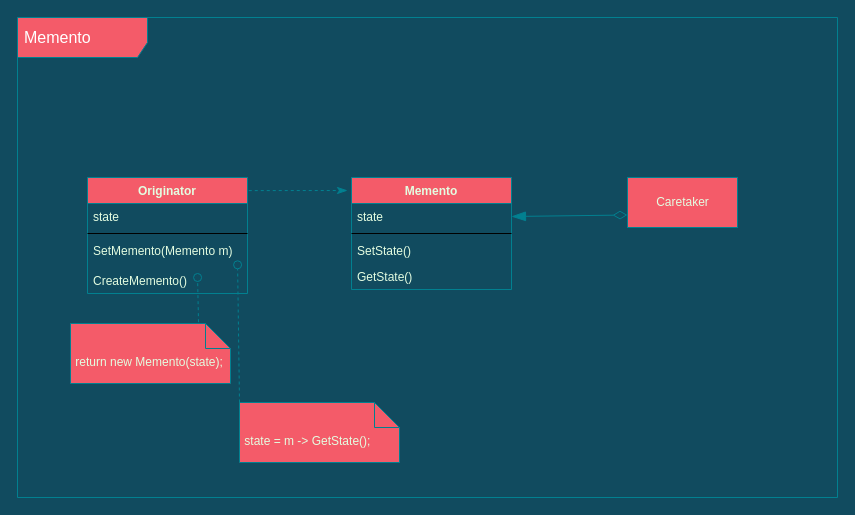
Earlier version of the draw.io diagram rhca.drawio (fanyixuanf/rhca). Source tidied: cells renumbered, new cells numbered last; positions are measured from the earlier drawing's top-left corner, leaving out a move shared by most shapes. Both pictures are drawn from the tidied source at 100%, with x=0, y=0 at pixel (17, 17).
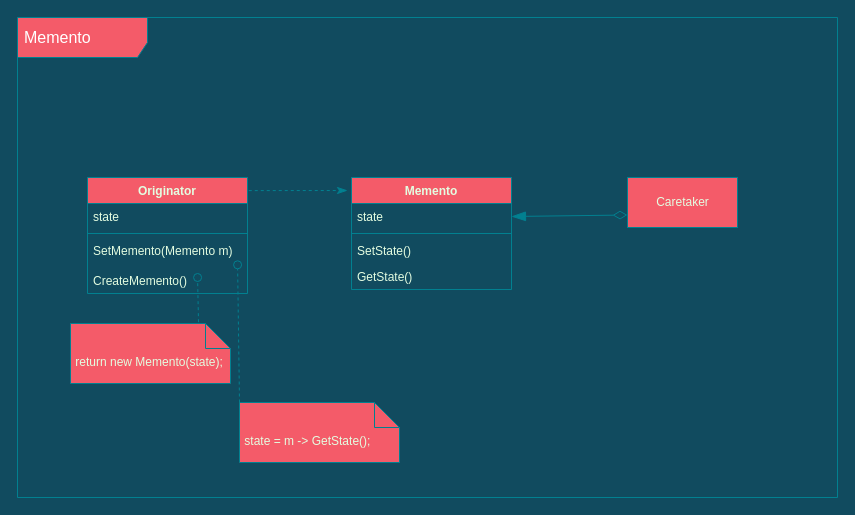
The same diagram, later.

The change refers to these unchanged cells:
```xml
<mxCell id="3" value="Caretaker" style="html=1;rounded=0;sketch=0;fontColor=#E4FDE1;strokeColor=#028090;fillColor=#F45B69;" parent="1" vertex="1">
  <mxGeometry x="610" y="160" width="110" height="50" as="geometry" />
</mxCell>
<mxCell id="4" value="Memento" style="swimlane;fontStyle=1;align=center;verticalAlign=top;horizontal=1;startSize=26;rounded=0;sketch=0;fontColor=#E4FDE1;strokeColor=#028090;fillColor=#F45B69;" parent="1" vertex="1">
  <mxGeometry x="334" y="160" width="160" height="112" as="geometry" />
</mxCell>
<mxCell id="5" value="state" style="text;strokeColor=none;fillColor=none;align=left;verticalAlign=top;spacingLeft=4;spacingRight=4;overflow=hidden;points=[[0,0.5],[1,0.5]];portConstraint=eastwest;rounded=0;sketch=0;fontColor=#E4FDE1;" parent="4" vertex="1">
  <mxGeometry y="26" width="160" height="26" as="geometry" />
</mxCell>
<mxCell id="9" value="Originator" style="swimlane;fontStyle=1;align=center;verticalAlign=top;horizontal=1;startSize=26;rounded=0;sketch=0;fontColor=#E4FDE1;strokeColor=#028090;fillColor=#F45B69;" parent="1" vertex="1">
  <mxGeometry x="70" y="160" width="160" height="116" as="geometry" />
</mxCell>
```

Diff of the diagram source:
```diff
@@
-    <mxCell id="6" style="line;strokeWidth=1;fillColor=none;align=left;verticalAlign=middle;spacingTop=-1;spacingLeft=3;spacingRight=3;labelPosition=right;rounded=0;sketch=0;fontColor=#E4FDE1;" parent="4" vertex="1">
+    <mxCell id="6" style="line;strokeWidth=1;fillColor=none;align=left;verticalAlign=middle;spacingTop=-1;spacingLeft=3;spacingRight=3;labelPosition=right;rounded=0;sketch=0;fontColor=#E4FDE1;labelBackgroundColor=#114B5F;strokeColor=#028090;" parent="4" vertex="1">
       <mxGeometry y="52" width="160" height="8" as="geometry" />
     </mxCell>
@@
-    <mxCell id="11" style="line;strokeWidth=1;fillColor=none;align=left;verticalAlign=middle;spacingTop=-1;spacingLeft=3;spacingRight=3;labelPosition=right;rounded=0;sketch=0;fontColor=#E4FDE1;" parent="9" vertex="1">
+    <mxCell id="11" style="line;strokeWidth=1;fillColor=none;align=left;verticalAlign=middle;spacingTop=-1;spacingLeft=3;spacingRight=3;labelPosition=right;rounded=0;sketch=0;fontColor=#E4FDE1;labelBackgroundColor=#114B5F;strokeColor=#028090;" parent="9" vertex="1">
       <mxGeometry y="52" width="160" height="8" as="geometry" />
     </mxCell>
@@
-    <mxCell id="19" style="endArrow=diamondThin;startArrow=blockThin;endFill=0;startFill=1;endSize=12;html=1;rounded=1;sketch=0;fontColor=#E4FDE1;sourcePerimeterSpacing=5;targetPerimeterSpacing=5;strokeColor=#028090;strokeWidth=1;fillColor=#F45B69;jumpSize=10;startSize=12;exitX=1;exitY=0.5;exitDx=0;exitDy=0;entryX=0;entryY=0.75;entryDx=0;entryDy=0;" parent="1" edge="1" source="5" target="3">
+    <mxCell id="19" style="endArrow=diamondThin;startArrow=blockThin;endFill=0;startFill=1;endSize=12;html=1;rounded=1;sketch=0;fontColor=#E4FDE1;sourcePerimeterSpacing=5;targetPerimeterSpacing=5;strokeColor=#028090;strokeWidth=1;fillColor=#F45B69;jumpSize=10;startSize=12;exitX=1;exitY=0.5;exitDx=0;exitDy=0;entryX=0;entryY=0.75;entryDx=0;entryDy=0;labelBackgroundColor=#114B5F;" parent="1" edge="1" source="5" target="3">
       <mxGeometry relative="1" as="geometry" />
     </mxCell>
```
